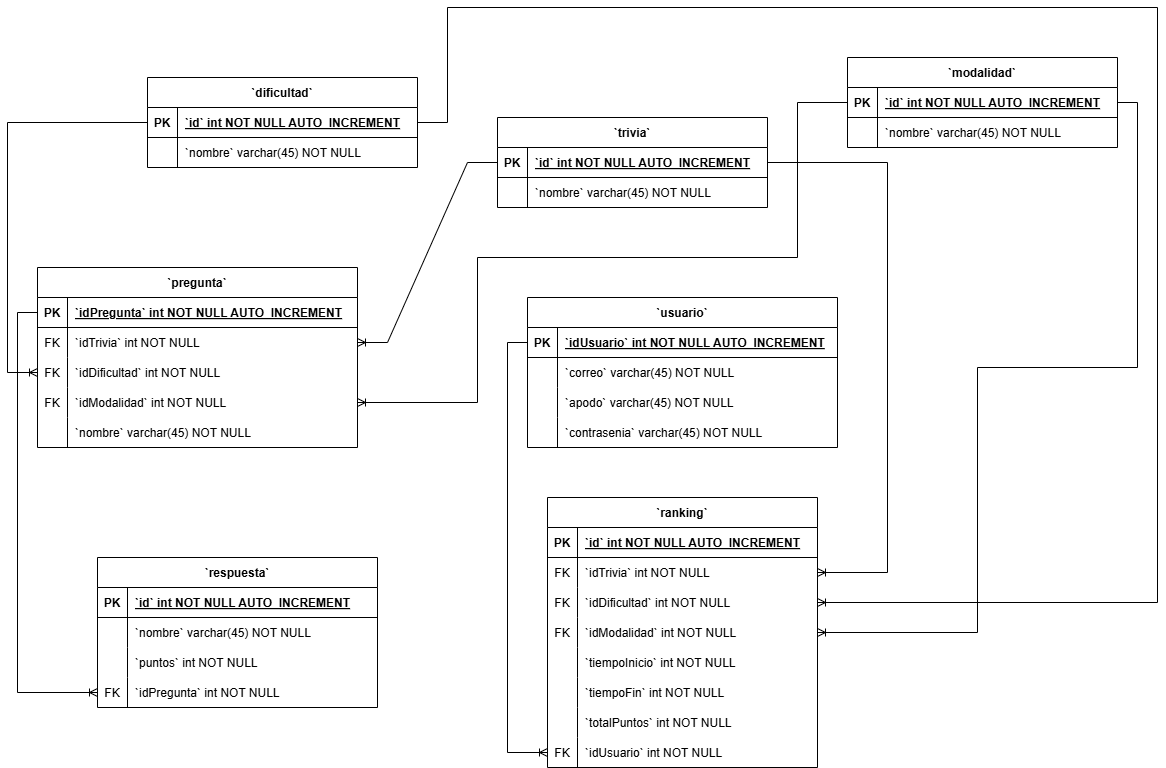
Before: Diagrama entidad -relación - conozcamos hn.drawio.png, a diagram exported from draw.io (henryo93/conozcamos-HN). Source tidied: cells renumbered, new cells last; positions are measured from the earlier drawing's top-left corner, leaving out a move shared by most shapes.
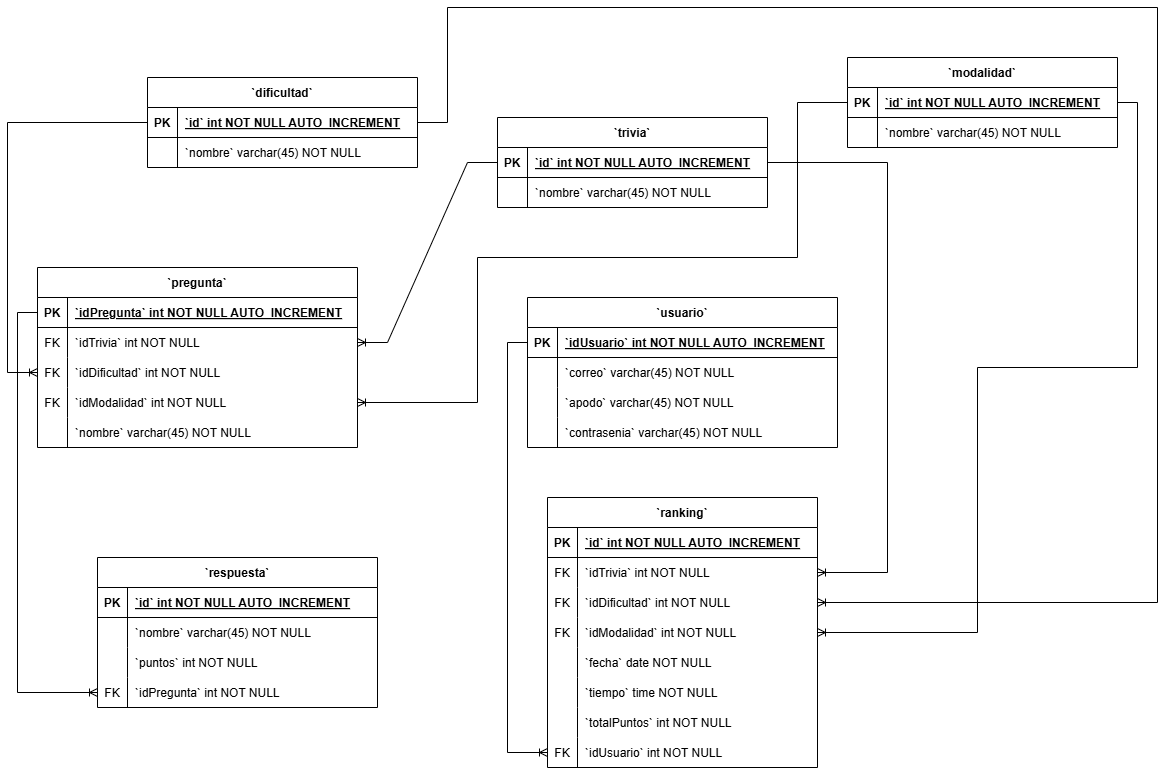
After the change.

The edit, as a diff of the source:
```diff
@@ -145,7 +145,7 @@
     <mxCell id="47" style="shape=partialRectangle;overflow=hidden;fillColor=none;strokeColor=inherit;top=0;left=0;bottom=0;right=0;" parent="46" vertex="1">
       <mxGeometry width="30" height="30" as="geometry" />
     </mxCell>
-    <mxCell id="48" value="`tiempoInicio` int NOT NULL" style="shape=partialRectangle;overflow=hidden;fillColor=none;align=left;strokeColor=inherit;top=0;left=0;bottom=0;right=0;spacingLeft=6;" parent="46" vertex="1">
+    <mxCell id="48" value="`fecha` date NOT NULL" style="shape=partialRectangle;overflow=hidden;fillColor=none;align=left;strokeColor=inherit;top=0;left=0;bottom=0;right=0;spacingLeft=6;" parent="46" vertex="1">
       <mxGeometry x="30" width="240" height="30" as="geometry" />
     </mxCell>
     <mxCell id="49" style="shape=tableRow;horizontal=0;startSize=0;swimlaneHead=0;swimlaneBody=0;fillColor=none;strokeColor=inherit;top=0;left=0;right=0;bottom=0;" parent="33" vertex="1">
@@ -154,7 +154,7 @@
     <mxCell id="50" style="shape=partialRectangle;overflow=hidden;fillColor=none;strokeColor=inherit;top=0;left=0;bottom=0;right=0;" parent="49" vertex="1">
       <mxGeometry width="30" height="30" as="geometry" />
     </mxCell>
-    <mxCell id="51" value="`tiempoFin` int NOT NULL" style="shape=partialRectangle;overflow=hidden;fillColor=none;align=left;strokeColor=inherit;top=0;left=0;bottom=0;right=0;spacingLeft=6;" parent="49" vertex="1">
+    <mxCell id="51" value="`tiempo` time NOT NULL" style="shape=partialRectangle;overflow=hidden;fillColor=none;align=left;strokeColor=inherit;top=0;left=0;bottom=0;right=0;spacingLeft=6;" parent="49" vertex="1">
       <mxGeometry x="30" width="240" height="30" as="geometry" />
     </mxCell>
     <mxCell id="52" style="shape=tableRow;horizontal=0;startSize=0;swimlaneHead=0;swimlaneBody=0;fillColor=none;strokeColor=inherit;top=0;left=0;right=0;bottom=0;" parent="33" vertex="1">
```
